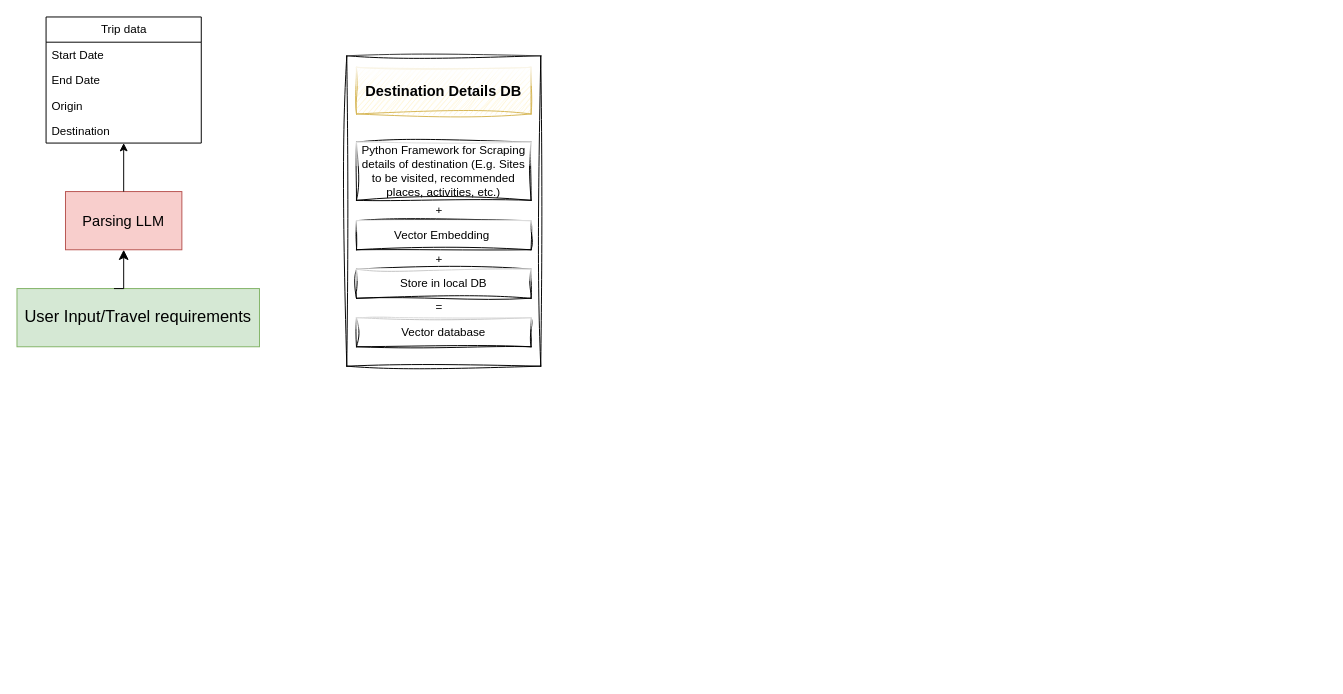
Above: Flow-diagram.drawio in De-Sturctures/The-Cheap-Wanderer (draw.io), before the change. Source tidied: cells renumbered, new cells numbered last; positions are measured from the earlier drawing's top-left corner, leaving out a move shared by most shapes. Both pictures are drawn from the tidied source at 97%, with x=0, y=0 at pixel (16, 16).
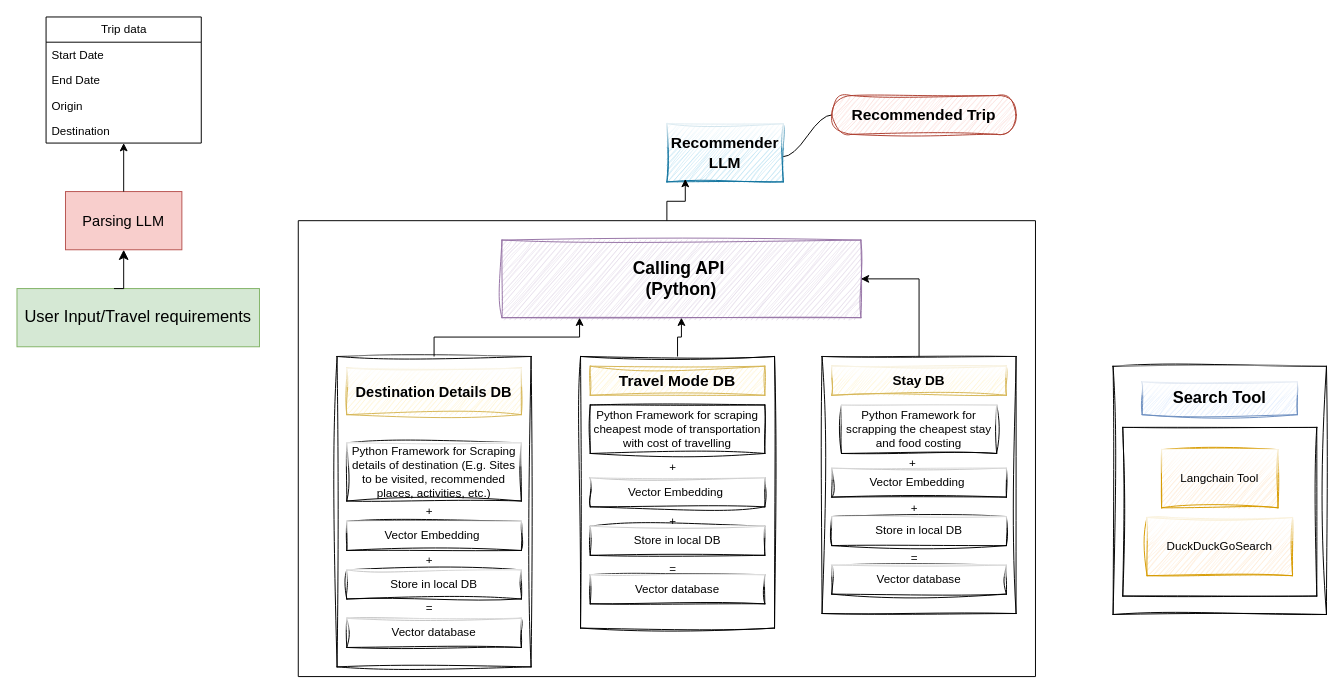
The same diagram, later.

What changed in the source:
```diff
@@
+    <mxCell id="20" style="swimlane;startSize=0;sketch=1;curveFitting=1;jiggle=2;glass=1;" parent="1" vertex="1">
+      <mxGeometry x="1130" y="360" width="220" height="256" as="geometry" />
+    </mxCell>
+    <mxCell id="21" value="&lt;font style=&quot;font-size: 17px;&quot;&gt;&lt;b&gt;Search Tool&lt;/b&gt;&lt;/font&gt;" style="whiteSpace=wrap;html=1;align=center;newEdgeStyle={&quot;edgeStyle&quot;:&quot;elbowEdgeStyle&quot;,&quot;startArrow&quot;:&quot;none&quot;,&quot;endArrow&quot;:&quot;none&quot;};fillColor=#dae8fc;strokeColor=#6c8ebf;sketch=1;curveFitting=1;jiggle=2;glass=1;" parent="20" vertex="1">
+      <mxGeometry x="30" y="16" width="160" height="34" as="geometry" />
+    </mxCell>
+    <mxCell id="22" style="swimlane;startSize=0;sketch=1;curveFitting=1;jiggle=2;glass=1;" parent="20" vertex="1">
+      <mxGeometry x="10" y="63" width="200" height="174" as="geometry" />
+    </mxCell>
+    <mxCell id="23" value="Langchain Tool" style="whiteSpace=wrap;html=1;align=center;newEdgeStyle={&quot;edgeStyle&quot;:&quot;elbowEdgeStyle&quot;,&quot;startArrow&quot;:&quot;none&quot;,&quot;endArrow&quot;:&quot;none&quot;};fillColor=#ffe6cc;strokeColor=#d79b00;sketch=1;curveFitting=1;jiggle=2;glass=1;" parent="22" vertex="1">
+      <mxGeometry x="40" y="23" width="120" height="60" as="geometry" />
+    </mxCell>
+    <mxCell id="24" value="DuckDuckGoSearch" style="whiteSpace=wrap;html=1;align=center;newEdgeStyle={&quot;edgeStyle&quot;:&quot;elbowEdgeStyle&quot;,&quot;startArrow&quot;:&quot;none&quot;,&quot;endArrow&quot;:&quot;none&quot;};fillColor=#ffe6cc;strokeColor=#d79b00;sketch=1;curveFitting=1;jiggle=2;glass=1;" parent="22" vertex="1">
+      <mxGeometry x="25" y="93" width="150" height="60" as="geometry" />
+    </mxCell>
+    <mxCell id="25" style="group;" parent="1" vertex="1">
+      <mxGeometry x="290" y="110" width="760" height="570" as="geometry" />
+    </mxCell>
+    <mxCell id="26" style="group;sketch=1;curveFitting=1;jiggle=2;" parent="25" vertex="1">
+      <mxGeometry y="100" width="760" height="470" as="geometry" />
+    </mxCell>
+    <mxCell id="27" value="&lt;font style=&quot;font-size: 18px;&quot;&gt;&lt;b&gt;Calling API&amp;nbsp;&lt;/b&gt;&lt;/font&gt;&lt;div&gt;&lt;font style=&quot;font-size: 18px;&quot;&gt;&lt;b&gt;(Python)&lt;/b&gt;&lt;/font&gt;&lt;/div&gt;" style="whiteSpace=wrap;html=1;align=center;newEdgeStyle={&quot;edgeStyle&quot;:&quot;elbowEdgeStyle&quot;,&quot;startArrow&quot;:&quot;none&quot;,&quot;endArrow&quot;:&quot;none&quot;};fillColor=#e1d5e7;strokeColor=#9673a6;sketch=1;curveFitting=1;jiggle=2;" parent="26" vertex="1">
+      <mxGeometry x="210" y="20" width="370" height="80" as="geometry" />
+    </mxCell>
+    <mxCell id="28" style="swimlane;startSize=0;" parent="26" vertex="1">
+      <mxGeometry width="760" height="470" as="geometry" />
+    </mxCell>
+    <mxCell id="29" style="group;" parent="28" vertex="1">
+      <mxGeometry x="40" y="140" width="680" height="320" as="geometry" />
+    </mxCell>
-    <mxCell id="11" style="swimlane;startSize=0;glass=1;sketch=1;curveFitting=1;jiggle=2;shadow=0;" parent="1" vertex="1">
-      <mxGeometry x="340" y="40" width="200" height="320" as="geometry" />
+    <mxCell id="11" style="swimlane;startSize=0;glass=1;sketch=1;curveFitting=1;jiggle=2;shadow=0;" parent="29" vertex="1">
+      <mxGeometry width="200" height="320" as="geometry" />
     </mxCell>
@@
-    <mxCell id="13" value="Python Framework for Scraping details of destination (E.g. Sites to be visited, recommended places, activities, etc.)" style="whiteSpace=wrap;html=1;align=center;newEdgeStyle={&quot;edgeStyle&quot;:&quot;elbowEdgeStyle&quot;,&quot;startArrow&quot;:&quot;none&quot;,&quot;endArrow&quot;:&quot;none&quot;};glass=1;sketch=1;curveFitting=1;jiggle=2;shadow=0;" parent="11" vertex="1">
+    <mxCell id="13" value="&lt;span&gt;Python Framework for Scraping details of destination (E.g. Sites to be visited, recommended places, activities, etc.)&lt;/span&gt;" style="whiteSpace=wrap;html=1;align=center;newEdgeStyle={&quot;edgeStyle&quot;:&quot;elbowEdgeStyle&quot;,&quot;startArrow&quot;:&quot;none&quot;,&quot;endArrow&quot;:&quot;none&quot;};glass=1;sketch=1;curveFitting=1;jiggle=2;shadow=0;" parent="11" vertex="1">
       <mxGeometry x="10" y="89" width="180" height="60" as="geometry" />
     </mxCell>
@@
+    <mxCell id="30" style="swimlane;startSize=0;sketch=1;curveFitting=1;jiggle=2;" parent="29" vertex="1">
+      <mxGeometry x="251" width="200" height="280" as="geometry" />
+    </mxCell>
+    <mxCell id="31" value="&lt;font style=&quot;font-size: 16px;&quot;&gt;&lt;b&gt;Travel Mode DB&lt;/b&gt;&lt;/font&gt;" style="whiteSpace=wrap;html=1;align=center;newEdgeStyle={&quot;edgeStyle&quot;:&quot;elbowEdgeStyle&quot;,&quot;startArrow&quot;:&quot;none&quot;,&quot;endArrow&quot;:&quot;none&quot;};fillColor=#fff2cc;strokeColor=#d6b656;sketch=1;curveFitting=1;jiggle=2;" parent="30" vertex="1">
+      <mxGeometry x="10" y="10" width="180" height="30" as="geometry" />
+    </mxCell>
+    <mxCell id="32" value="Python Framework for scraping cheapest mode of transportation with cost of travelling" style="whiteSpace=wrap;html=1;align=center;newEdgeStyle={&quot;edgeStyle&quot;:&quot;elbowEdgeStyle&quot;,&quot;startArrow&quot;:&quot;none&quot;,&quot;endArrow&quot;:&quot;none&quot;};sketch=1;curveFitting=1;jiggle=2;" parent="30" vertex="1">
+      <mxGeometry x="10" y="50" width="180" height="50" as="geometry" />
+    </mxCell>
+    <mxCell id="33" value="Vector Embedding&amp;nbsp;" style="whiteSpace=wrap;html=1;align=center;newEdgeStyle={&quot;edgeStyle&quot;:&quot;elbowEdgeStyle&quot;,&quot;startArrow&quot;:&quot;none&quot;,&quot;endArrow&quot;:&quot;none&quot;};glass=1;sketch=1;curveFitting=1;jiggle=2;shadow=0;" parent="30" vertex="1">
+      <mxGeometry x="10" y="125" width="180" height="30" as="geometry" />
+    </mxCell>
+    <mxCell id="34" value="Store in local DB" style="whiteSpace=wrap;html=1;glass=1;sketch=1;curveFitting=1;jiggle=2;shadow=0;" parent="30" vertex="1">
+      <mxGeometry x="10" y="175" width="180" height="30" as="geometry" />
+    </mxCell>
+    <mxCell id="35" value="Vector database" style="whiteSpace=wrap;html=1;glass=1;sketch=1;curveFitting=1;jiggle=2;shadow=0;" parent="30" vertex="1">
+      <mxGeometry x="10" y="225" width="180" height="30" as="geometry" />
+    </mxCell>
+    <mxCell id="36" value="+" style="text;html=1;align=center;verticalAlign=middle;strokeColor=none;fillColor=none;glass=1;sketch=1;curveFitting=1;jiggle=2;shadow=0;" parent="30" vertex="1">
+      <mxGeometry x="80" y="100" width="30" height="30" as="geometry" />
+    </mxCell>
+    <mxCell id="37" value="+" style="text;html=1;align=center;verticalAlign=middle;strokeColor=none;fillColor=none;glass=1;sketch=1;curveFitting=1;jiggle=2;shadow=0;" parent="30" vertex="1">
+      <mxGeometry x="80" y="155" width="30" height="30" as="geometry" />
+    </mxCell>
+    <mxCell id="38" value="=" style="text;html=1;align=center;verticalAlign=middle;strokeColor=none;fillColor=none;glass=1;sketch=1;curveFitting=1;jiggle=2;shadow=0;" parent="30" vertex="1">
+      <mxGeometry x="80" y="205" width="30" height="30" as="geometry" />
+    </mxCell>
+    <mxCell id="39" style="swimlane;startSize=0;sketch=1;curveFitting=1;jiggle=2;rounded=0;glass=1;" parent="29" vertex="1">
+      <mxGeometry x="500" width="200" height="265" as="geometry" />
+    </mxCell>
+    <mxCell id="40" value="&lt;b&gt;&lt;font style=&quot;font-size: 14px;&quot;&gt;Stay DB&lt;/font&gt;&lt;/b&gt;" style="whiteSpace=wrap;html=1;align=center;newEdgeStyle={&quot;edgeStyle&quot;:&quot;elbowEdgeStyle&quot;,&quot;startArrow&quot;:&quot;none&quot;,&quot;endArrow&quot;:&quot;none&quot;};fillColor=#fff2cc;strokeColor=#d6b656;sketch=1;curveFitting=1;jiggle=2;rounded=0;glass=1;" parent="39" vertex="1">
+      <mxGeometry x="10" y="10" width="180" height="30" as="geometry" />
+    </mxCell>
+    <mxCell id="41" value="Python Framework for scrapping the cheapest stay and food costing" style="whiteSpace=wrap;html=1;align=center;newEdgeStyle={&quot;edgeStyle&quot;:&quot;elbowEdgeStyle&quot;,&quot;startArrow&quot;:&quot;none&quot;,&quot;endArrow&quot;:&quot;none&quot;};sketch=1;curveFitting=1;jiggle=2;rounded=0;glass=1;" parent="39" vertex="1">
+      <mxGeometry x="20" y="50" width="160" height="50" as="geometry" />
+    </mxCell>
+    <mxCell id="42" value="Vector Embedding&amp;nbsp;" style="whiteSpace=wrap;html=1;align=center;newEdgeStyle={&quot;edgeStyle&quot;:&quot;elbowEdgeStyle&quot;,&quot;startArrow&quot;:&quot;none&quot;,&quot;endArrow&quot;:&quot;none&quot;};glass=1;sketch=1;curveFitting=1;jiggle=2;shadow=0;rounded=0;" parent="39" vertex="1">
+      <mxGeometry x="10" y="115" width="180" height="30" as="geometry" />
+    </mxCell>
+    <mxCell id="43" value="+" style="text;html=1;align=center;verticalAlign=middle;strokeColor=none;fillColor=none;glass=1;sketch=1;curveFitting=1;jiggle=2;shadow=0;rounded=0;" parent="39" vertex="1">
+      <mxGeometry x="80" y="142" width="30" height="30" as="geometry" />
+    </mxCell>
+    <mxCell id="44" value="Store in local DB" style="whiteSpace=wrap;html=1;glass=1;sketch=1;curveFitting=1;jiggle=2;shadow=0;rounded=0;" parent="39" vertex="1">
+      <mxGeometry x="10" y="165" width="180" height="30" as="geometry" />
+    </mxCell>
+    <mxCell id="45" value="=" style="text;html=1;align=center;verticalAlign=middle;strokeColor=none;fillColor=none;glass=1;sketch=1;curveFitting=1;jiggle=2;shadow=0;rounded=0;" parent="39" vertex="1">
+      <mxGeometry x="80" y="193" width="30" height="30" as="geometry" />
+    </mxCell>
+    <mxCell id="46" value="Vector database" style="whiteSpace=wrap;html=1;glass=1;sketch=1;curveFitting=1;jiggle=2;shadow=0;rounded=0;" parent="39" vertex="1">
+      <mxGeometry x="10" y="215" width="180" height="30" as="geometry" />
+    </mxCell>
+    <mxCell id="47" value="+" style="text;html=1;align=center;verticalAlign=middle;strokeColor=none;fillColor=none;glass=1;sketch=1;curveFitting=1;jiggle=2;shadow=0;rounded=0;" parent="39" vertex="1">
+      <mxGeometry x="78" y="95" width="30" height="30" as="geometry" />
+    </mxCell>
+    <mxCell id="48" style="edgeStyle=orthogonalEdgeStyle;rounded=0;jettySize=auto;html=1;exitX=0.5;exitY=0;exitDx=0;exitDy=0;" parent="26" edge="1" source="11" target="27">
+      <mxGeometry relative="1" as="geometry">
+        <Array as="points">
+          <mxPoint x="140" y="120" />
+          <mxPoint x="290" y="120" />
+        </Array>
+      </mxGeometry>
+    </mxCell>
+    <mxCell id="49" style="edgeStyle=orthogonalEdgeStyle;rounded=0;jettySize=auto;html=1;exitX=0.5;exitY=0;exitDx=0;exitDy=0;" parent="26" edge="1" source="30" target="27">
+      <mxGeometry relative="1" as="geometry" />
+    </mxCell>
+    <mxCell id="50" style="edgeStyle=orthogonalEdgeStyle;rounded=0;jettySize=auto;html=1;exitX=0.5;exitY=0;exitDx=0;exitDy=0;entryX=1;entryY=0.5;entryDx=0;entryDy=0;" parent="26" edge="1" source="39" target="27">
+      <mxGeometry relative="1" as="geometry" />
+    </mxCell>
+    <mxCell id="51" value="&lt;font style=&quot;font-size: 16px;&quot;&gt;&lt;b&gt;Recommender LLM&lt;/b&gt;&lt;/font&gt;" style="whiteSpace=wrap;html=1;align=center;newEdgeStyle={&quot;edgeStyle&quot;:&quot;elbowEdgeStyle&quot;,&quot;startArrow&quot;:&quot;none&quot;,&quot;endArrow&quot;:&quot;none&quot;};fillColor=#b1ddf0;strokeColor=#10739e;glass=1;sketch=1;curveFitting=1;jiggle=2;" parent="25" vertex="1">
+      <mxGeometry x="380" width="120" height="60" as="geometry" />
+    </mxCell>
+    <mxCell id="52" style="edgeStyle=orthogonalEdgeStyle;rounded=0;jettySize=auto;html=1;exitX=0.5;exitY=0;exitDx=0;exitDy=0;entryX=0.158;entryY=0.95;entryDx=0;entryDy=0;entryPerimeter=0;" parent="25" edge="1" source="28" target="51">
+      <mxGeometry relative="1" as="geometry" />
+    </mxCell>
+    <mxCell id="53" style="edgeStyle=entityRelationEdgeStyle;startArrow=none;endArrow=none;segment=10;curved=1;sourcePerimeterSpacing=0;targetPerimeterSpacing=0;rounded=0;" parent="25" edge="1" target="54">
+      <mxGeometry relative="1" as="geometry">
+        <mxPoint x="500" y="34" as="sourcePoint" />
+      </mxGeometry>
+    </mxCell>
+    <mxCell id="54" value="&lt;font style=&quot;font-size: 16px;&quot;&gt;&lt;b&gt;Recommended Trip&lt;/b&gt;&lt;/font&gt;" style="whiteSpace=wrap;html=1;rounded=1;arcSize=50;align=center;verticalAlign=middle;strokeWidth=1;spacing=4;newEdgeStyle={&quot;edgeStyle&quot;:&quot;entityRelationEdgeStyle&quot;,&quot;startArrow&quot;:&quot;none&quot;,&quot;endArrow&quot;:&quot;none&quot;,&quot;segment&quot;:10,&quot;curved&quot;:1,&quot;sourcePerimeterSpacing&quot;:0,&quot;targetPerimeterSpacing&quot;:0};fillColor=#fad9d5;strokeColor=#ae4132;sketch=1;curveFitting=1;jiggle=2;" parent="1" vertex="1">
+      <mxGeometry x="840" y="81" width="190" height="40" as="geometry" />
+    </mxCell>
```
